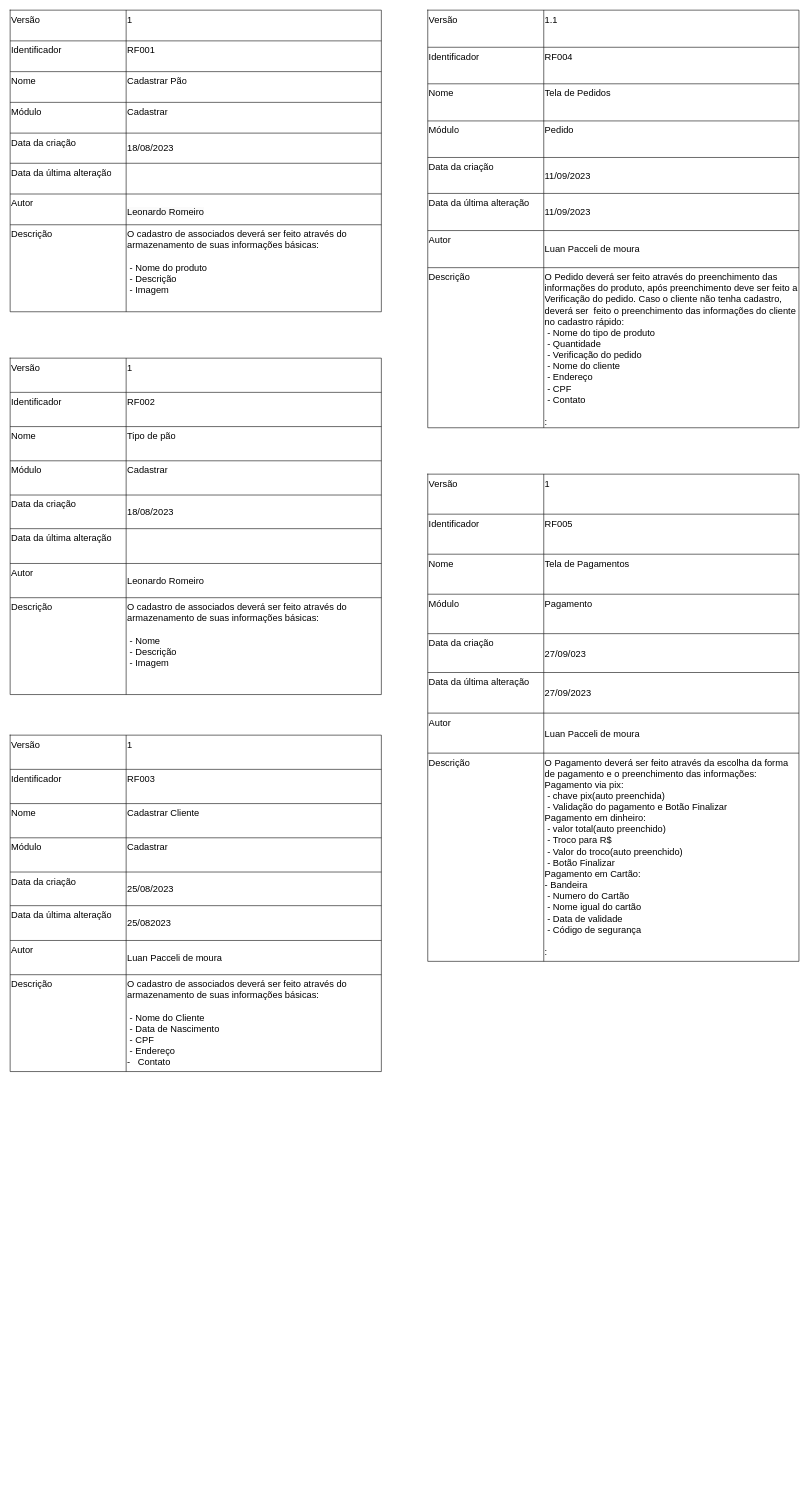
Earlier version of the draw.io diagram Diagramas/formulario_de_requisitos.drawio (LeozinRomeiro/Modelagem_SENAI_CTM). Source tidied: cells renumbered, new cells numbered last; positions are measured from the earlier drawing's top-left corner, leaving out a move shared by most shapes. Both pictures are drawn from the tidied source at 58%, with x=0, y=0 at pixel (10, 10).
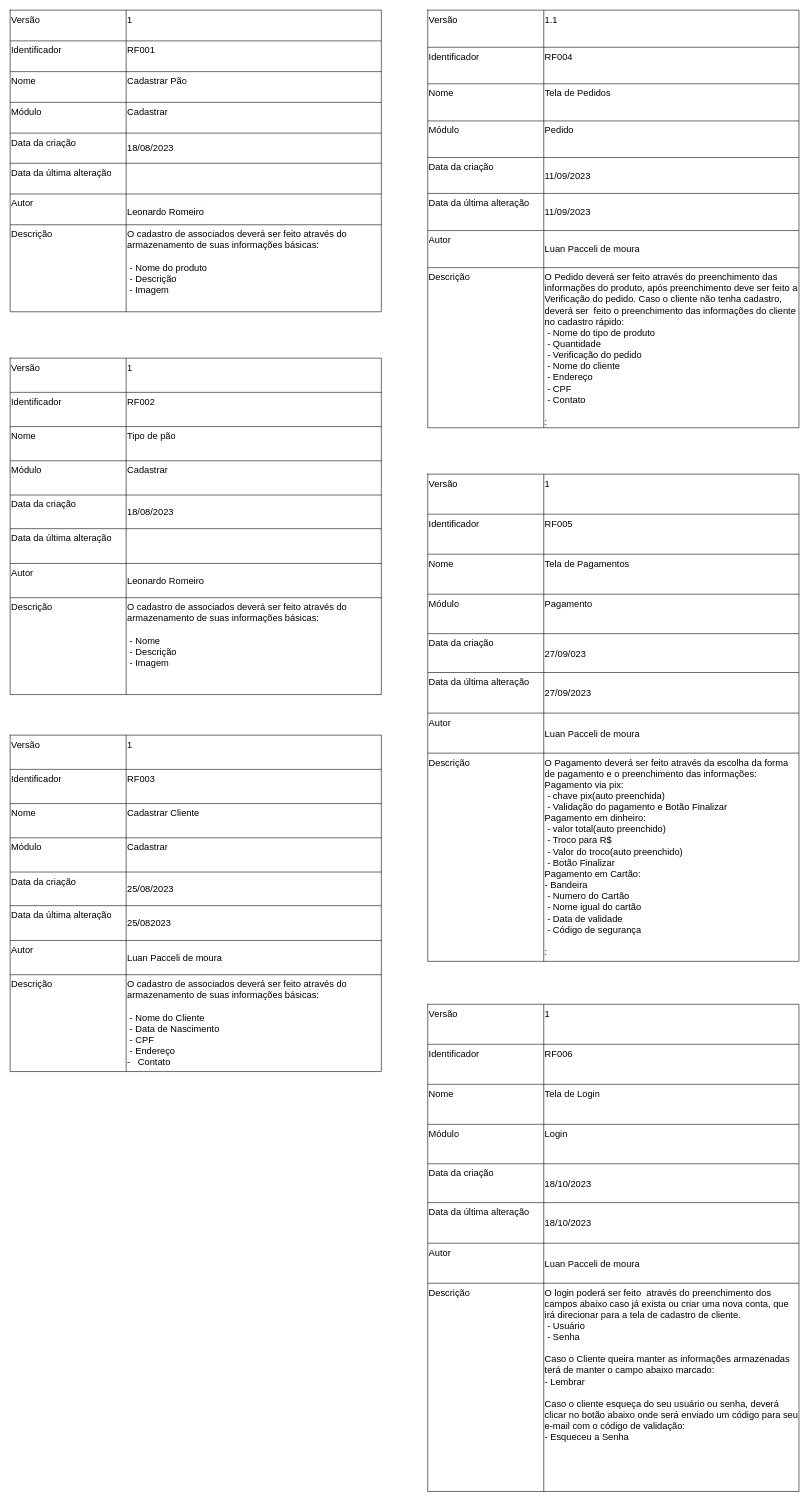
The same diagram, later.

Commit message:
formulario_de_requisitos tela de login 5.1

The edit, as a diff of the source:
```diff
@@
+    <mxCell id="127" style="shape=table;startSize=0;childLayout=tableLayout;fontSize=16;" parent="1" vertex="1">
+      <mxGeometry x="720" y="1714" width="640" height="840" as="geometry" />
+    </mxCell>
+    <mxCell id="128" style="shape=tableRow;horizontal=0;startSize=0;swimlaneHead=0;swimlaneBody=0;strokeColor=inherit;top=0;left=0;bottom=0;right=0;fillColor=none;fontSize=16;" parent="127" vertex="1">
+      <mxGeometry width="640" height="69" as="geometry" />
+    </mxCell>
+    <mxCell id="129" value="Versão" style="shape=partialRectangle;html=1;whiteSpace=wrap;strokeColor=inherit;overflow=hidden;fillColor=none;top=0;left=0;bottom=0;right=0;fontSize=16;align=left;verticalAlign=top;" parent="128" vertex="1">
+      <mxGeometry width="200" height="69" as="geometry" />
+    </mxCell>
+    <mxCell id="130" value="1" style="shape=partialRectangle;html=1;whiteSpace=wrap;strokeColor=inherit;overflow=hidden;fillColor=none;top=0;left=0;bottom=0;right=0;fontSize=16;align=left;verticalAlign=top;" parent="128" vertex="1">
+      <mxGeometry x="200" width="440" height="69" as="geometry" />
+    </mxCell>
+    <mxCell id="131" style="shape=tableRow;horizontal=0;startSize=0;swimlaneHead=0;swimlaneBody=0;strokeColor=inherit;top=0;left=0;bottom=0;right=0;fillColor=none;fontSize=16;" parent="127" vertex="1">
+      <mxGeometry y="69" width="640" height="69" as="geometry" />
+    </mxCell>
+    <mxCell id="132" value="Identificador" style="shape=partialRectangle;html=1;whiteSpace=wrap;strokeColor=inherit;overflow=hidden;fillColor=none;top=0;left=0;bottom=0;right=0;fontSize=16;align=left;verticalAlign=top;" parent="131" vertex="1">
+      <mxGeometry width="200" height="69" as="geometry" />
+    </mxCell>
+    <mxCell id="133" value="RF006" style="shape=partialRectangle;html=1;whiteSpace=wrap;strokeColor=inherit;overflow=hidden;fillColor=none;top=0;left=0;bottom=0;right=0;fontSize=16;align=left;verticalAlign=top;" parent="131" vertex="1">
+      <mxGeometry x="200" width="440" height="69" as="geometry" />
+    </mxCell>
+    <mxCell id="134" style="shape=tableRow;horizontal=0;startSize=0;swimlaneHead=0;swimlaneBody=0;strokeColor=inherit;top=0;left=0;bottom=0;right=0;fillColor=none;fontSize=16;" parent="127" vertex="1">
+      <mxGeometry y="138" width="640" height="69" as="geometry" />
+    </mxCell>
+    <mxCell id="135" value="Nome" style="shape=partialRectangle;html=1;whiteSpace=wrap;strokeColor=inherit;overflow=hidden;fillColor=none;top=0;left=0;bottom=0;right=0;fontSize=16;align=left;verticalAlign=top;" parent="134" vertex="1">
+      <mxGeometry width="200" height="69" as="geometry" />
+    </mxCell>
+    <mxCell id="136" value="Tela de Login" style="shape=partialRectangle;html=1;whiteSpace=wrap;strokeColor=inherit;overflow=hidden;fillColor=none;top=0;left=0;bottom=0;right=0;fontSize=16;align=left;verticalAlign=top;" parent="134" vertex="1">
+      <mxGeometry x="200" width="440" height="69" as="geometry" />
+    </mxCell>
+    <mxCell id="137" style="shape=tableRow;horizontal=0;startSize=0;swimlaneHead=0;swimlaneBody=0;strokeColor=inherit;top=0;left=0;bottom=0;right=0;fillColor=none;fontSize=16;" parent="127" vertex="1">
+      <mxGeometry y="207" width="640" height="68" as="geometry" />
+    </mxCell>
+    <mxCell id="138" value="Módulo" style="shape=partialRectangle;html=1;whiteSpace=wrap;strokeColor=inherit;overflow=hidden;fillColor=none;top=0;left=0;bottom=0;right=0;fontSize=16;align=left;verticalAlign=top;" parent="137" vertex="1">
+      <mxGeometry width="200" height="68" as="geometry" />
+    </mxCell>
+    <mxCell id="139" value="Login" style="shape=partialRectangle;html=1;whiteSpace=wrap;strokeColor=inherit;overflow=hidden;fillColor=none;top=0;left=0;bottom=0;right=0;fontSize=16;align=left;verticalAlign=top;" parent="137" vertex="1">
+      <mxGeometry x="200" width="440" height="68" as="geometry" />
+    </mxCell>
+    <mxCell id="140" style="shape=tableRow;horizontal=0;startSize=0;swimlaneHead=0;swimlaneBody=0;strokeColor=inherit;top=0;left=0;bottom=0;right=0;fillColor=none;fontSize=16;" parent="127" vertex="1">
+      <mxGeometry y="275" width="640" height="67" as="geometry" />
+    </mxCell>
+    <mxCell id="141" value="Data da criação" style="shape=partialRectangle;html=1;whiteSpace=wrap;strokeColor=inherit;overflow=hidden;fillColor=none;top=0;left=0;bottom=0;right=0;fontSize=16;align=left;verticalAlign=top;" parent="140" vertex="1">
+      <mxGeometry width="200" height="67" as="geometry" />
+    </mxCell>
+    <mxCell id="142" value="18/10/2023" style="shape=partialRectangle;html=1;whiteSpace=wrap;strokeColor=inherit;overflow=hidden;fillColor=none;top=0;left=0;bottom=0;right=0;fontSize=16;align=left;" parent="140" vertex="1">
+      <mxGeometry x="200" width="440" height="67" as="geometry" />
+    </mxCell>
+    <mxCell id="143" style="shape=tableRow;horizontal=0;startSize=0;swimlaneHead=0;swimlaneBody=0;strokeColor=inherit;top=0;left=0;bottom=0;right=0;fillColor=none;fontSize=16;" parent="127" vertex="1">
+      <mxGeometry y="342" width="640" height="70" as="geometry" />
+    </mxCell>
+    <mxCell id="144" value="Data da última alteração" style="shape=partialRectangle;html=1;whiteSpace=wrap;strokeColor=inherit;overflow=hidden;fillColor=none;top=0;left=0;bottom=0;right=0;fontSize=16;align=left;verticalAlign=top;" parent="143" vertex="1">
+      <mxGeometry width="200" height="70" as="geometry" />
+    </mxCell>
+    <mxCell id="145" value="18/10/2023" style="shape=partialRectangle;html=1;whiteSpace=wrap;strokeColor=inherit;overflow=hidden;fillColor=none;top=0;left=0;bottom=0;right=0;fontSize=16;align=left;" parent="143" vertex="1">
+      <mxGeometry x="200" width="440" height="70" as="geometry" />
+    </mxCell>
+    <mxCell id="146" style="shape=tableRow;horizontal=0;startSize=0;swimlaneHead=0;swimlaneBody=0;strokeColor=inherit;top=0;left=0;bottom=0;right=0;fillColor=none;fontSize=16;" parent="127" vertex="1">
+      <mxGeometry y="412" width="640" height="69" as="geometry" />
+    </mxCell>
+    <mxCell id="147" value="Autor&amp;nbsp;" style="shape=partialRectangle;html=1;whiteSpace=wrap;strokeColor=inherit;overflow=hidden;fillColor=none;top=0;left=0;bottom=0;right=0;fontSize=16;align=left;verticalAlign=top;" parent="146" vertex="1">
+      <mxGeometry width="200" height="69" as="geometry" />
+    </mxCell>
+    <mxCell id="148" value="Luan Pacceli de moura" style="shape=partialRectangle;html=1;whiteSpace=wrap;strokeColor=inherit;overflow=hidden;fillColor=none;top=0;left=0;bottom=0;right=0;fontSize=16;align=left;" parent="146" vertex="1">
+      <mxGeometry x="200" width="440" height="69" as="geometry" />
+    </mxCell>
+    <mxCell id="149" style="shape=tableRow;horizontal=0;startSize=0;swimlaneHead=0;swimlaneBody=0;strokeColor=inherit;top=0;left=0;bottom=0;right=0;fillColor=none;fontSize=16;" parent="127" vertex="1">
+      <mxGeometry y="481" width="640" height="359" as="geometry" />
+    </mxCell>
+    <mxCell id="150" value="Descrição" style="shape=partialRectangle;html=1;whiteSpace=wrap;strokeColor=inherit;overflow=hidden;fillColor=none;top=0;left=0;bottom=0;right=0;fontSize=16;align=left;verticalAlign=top;" parent="149" vertex="1">
+      <mxGeometry width="200" height="359" as="geometry" />
+    </mxCell>
+    <mxCell id="151" value="O login poderá ser feito&amp;nbsp; através do preenchimento dos campos abaixo caso já exista ou criar uma nova conta, que irá direcionar para a tela de cadastro de cliente.&lt;br&gt;&amp;nbsp;- Usuário&lt;br&gt;&amp;nbsp;- Senha&lt;br&gt;&lt;br&gt;Caso o Cliente queira manter as informações armazenadas terá de manter o campo abaixo marcado:&lt;br&gt;- Lembrar&lt;br&gt;&lt;br&gt;Caso o cliente esqueça do seu usuário ou senha, deverá clicar no botão abaixo onde será enviado um código para seu e-mail com o código de validação:&lt;br&gt;- Esqueceu a Senha&lt;br&gt;" style="shape=partialRectangle;html=1;whiteSpace=wrap;strokeColor=inherit;overflow=hidden;fillColor=none;top=0;left=0;bottom=0;right=0;fontSize=16;align=left;verticalAlign=top;" parent="149" vertex="1">
+      <mxGeometry x="200" width="440" height="359" as="geometry" />
+    </mxCell>
```
